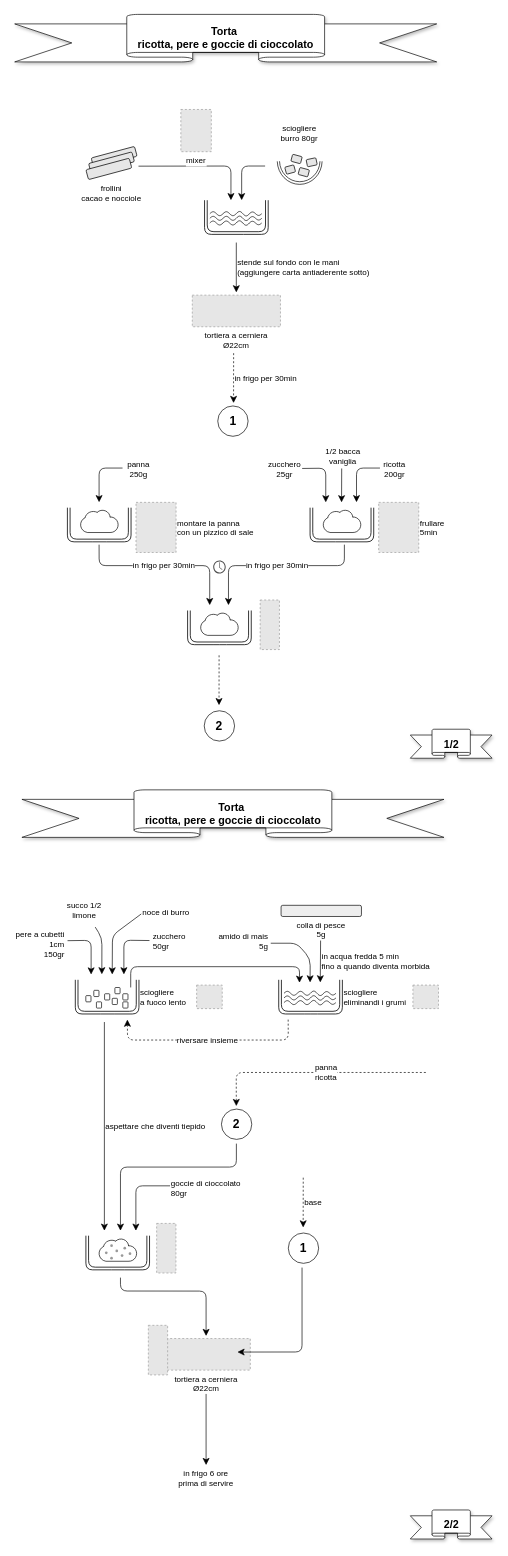
Earlier version of the draw.io diagram torta-ricotta-pere-cioccolato.drawio (nicolgit/drawio-cooking-shapes). Source tidied: cells renumbered, new cells numbered last; positions are measured from the earlier drawing's top-left corner, leaving out a move shared by most shapes. Both pictures are drawn from the tidied source at 67%, with x=0, y=0 at pixel (14, 14). Pictures stored in the file or linked from it are replaced by grey dashed boxes.
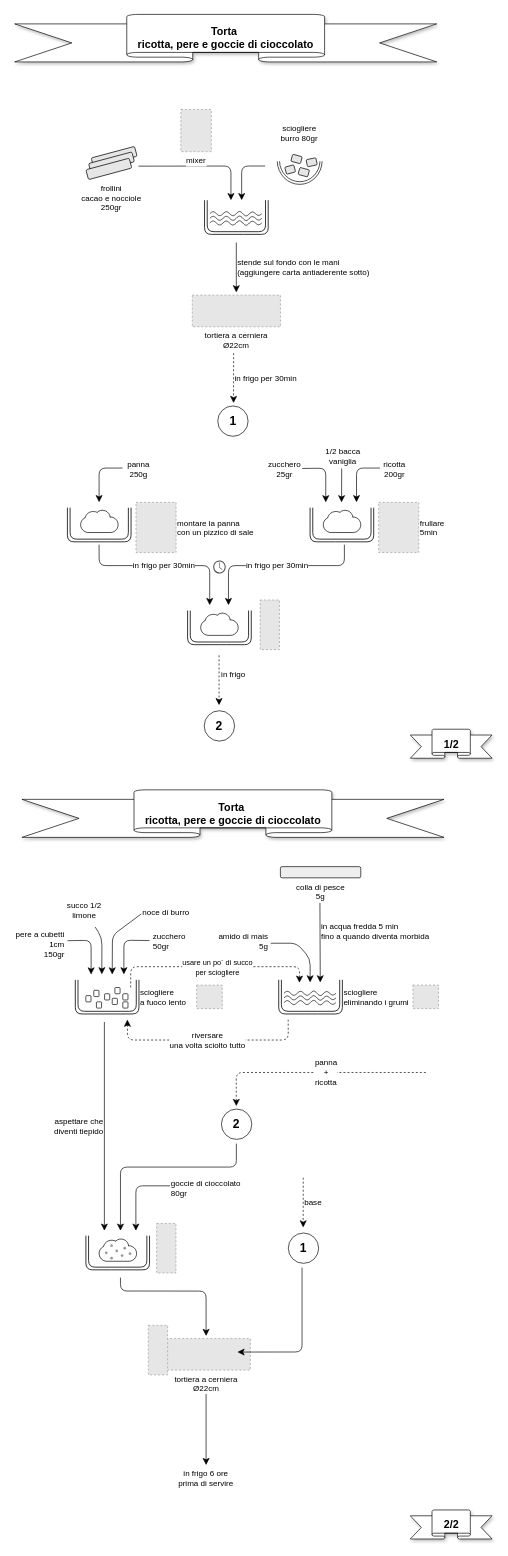
The same page after the edit.

Diff of the diagram source:
```diff
@@
-    <mxCell id="32" value="frollini&#10;cacao e nocciole" style="group;labelPosition=center;verticalLabelPosition=bottom;align=center;verticalAlign=top;" parent="1" vertex="1">
+    <mxCell id="32" value="frollini&#10;cacao e nocciole&#10;250gr" style="group;labelPosition=center;verticalLabelPosition=bottom;align=center;verticalAlign=top;" parent="1" vertex="1">
       <mxGeometry x="106.7" y="197" width="76.4" height="49.6" as="geometry" />
     </mxCell>
@@
     <mxCell id="92" value="colla di pesce&lt;br&gt;5g" style="rounded=1;whiteSpace=wrap;html=1;labelPosition=center;verticalLabelPosition=bottom;align=center;verticalAlign=top;fillColor=#EEEEEE;" parent="1" vertex="1">
-      <mxGeometry x="398" y="1329.7" width="120" height="16.7" as="geometry" />
+      <mxGeometry x="397" y="1272" width="120" height="16.7" as="geometry" />
     </mxCell>
-    <mxCell id="93" value="in acqua fredda 5 min&lt;div&gt;fino a quando diventa morbida&lt;/div&gt;" style="endArrow=classic;html=1;rounded=1;fontSize=12;startSize=8;endSize=8;curved=0;align=left;" parent="1" edge="1">
+    <mxCell id="93" value="in acqua fredda 5 min&lt;div&gt;fino a quando diventa morbida&lt;/div&gt;" style="endArrow=classic;html=1;rounded=1;fontSize=12;startSize=8;endSize=8;curved=0;align=left;labelPosition=right;verticalLabelPosition=top;verticalAlign=bottom;" parent="1" edge="1">
       <mxGeometry relative="1" as="geometry">
-        <mxPoint x="457" y="1382.3" as="sourcePoint" />
+        <mxPoint x="456" y="1326" as="sourcePoint" />
         <mxPoint x="456.5" y="1444.8" as="targetPoint" />
-        <Array as="points">
-          <mxPoint x="456.8" y="1381.8" />
-        </Array>
       </mxGeometry>
     </mxCell>
-    <mxCell id="94" style="endArrow=classic;html=1;rounded=1;fontSize=12;startSize=8;endSize=8;curved=0;" parent="1" edge="1">
+    <mxCell id="94" style="endArrow=classic;html=1;rounded=1;fontSize=12;startSize=8;endSize=8;curved=0;dashed=1;" parent="1" edge="1">
       <mxGeometry relative="1" as="geometry">
         <mxPoint x="173.6" y="1452.3" as="sourcePoint" />
         <mxPoint x="425.5" y="1445.3" as="targetPoint" />
         <Array as="points">
           <mxPoint x="173.6" y="1421.3" />
           <mxPoint x="425.5" y="1421.3" />
         </Array>
       </mxGeometry>
     </mxCell>
+    <mxCell id="171" value="usare un po` di succo&lt;div&gt;per sciogliere&lt;/div&gt;" style="edgeLabel;html=1;align=center;verticalAlign=middle;" parent="94" vertex="1">
+      <mxGeometry x="0.04" y="-1" relative="1" as="geometry" />
+    </mxCell>
@@
-    <mxCell id="97" value="sciogliere &#10;eliminandi i grumi" style="group;align=left;labelPosition=right;verticalLabelPosition=middle;verticalAlign=middle;" parent="1" vertex="1">
+    <mxCell id="97" value="sciogliere &#10;eliminando i grumi" style="group;align=left;labelPosition=right;verticalLabelPosition=middle;verticalAlign=middle;" parent="1" vertex="1">
       <mxGeometry x="394.5" y="1440.9" width="95" height="51" as="geometry" />
     </mxCell>
@@
-    <mxCell id="117" value="riversare insieme" style="endArrow=classic;html=1;rounded=1;fontSize=12;startSize=8;endSize=8;curved=0;dashed=1;" parent="1" edge="1">
+    <mxCell id="117" value="riversare&lt;div&gt;una volta sciolto tutto&lt;/div&gt;" style="endArrow=classic;html=1;rounded=1;fontSize=12;startSize=8;endSize=8;curved=0;dashed=1;" parent="1" edge="1">
       <mxGeometry relative="1" as="geometry">
         <mxPoint x="408.6" y="1500.3" as="sourcePoint" />
         <mxPoint x="168.6" y="1500.3" as="targetPoint" />
         <Array as="points">
           <mxPoint x="408.8" y="1530.8" />
           <mxPoint x="168.8" y="1530.8" />
         </Array>
       </mxGeometry>
     </mxCell>
@@
-    <mxCell id="119" value="aspettare che diventi tiepido" style="endArrow=classic;html=1;rounded=1;fontSize=12;startSize=8;endSize=8;curved=0;labelPosition=right;verticalLabelPosition=middle;align=left;verticalAlign=middle;" parent="1" edge="1">
+    <mxCell id="119" value="aspettare che&lt;div&gt;&lt;span style=&quot;background-color: light-dark(#ffffff, var(--ge-dark-color, #121212)); color: light-dark(rgb(0, 0, 0), rgb(255, 255, 255));&quot;&gt;diventi tiepido&lt;/span&gt;&lt;/div&gt;" style="endArrow=classic;html=1;rounded=1;fontSize=12;startSize=8;endSize=8;curved=0;labelPosition=left;verticalLabelPosition=middle;align=right;verticalAlign=middle;" parent="1" edge="1">
       <mxGeometry relative="1" as="geometry">
         <mxPoint x="134.3" y="1503.9" as="sourcePoint" />
         <mxPoint x="134.3" y="1815.4" as="targetPoint" />
       </mxGeometry>
     </mxCell>
@@
-    <mxCell id="132" style="endArrow=classic;html=1;rounded=1;fontSize=12;startSize=8;endSize=8;curved=0;labelPosition=right;verticalLabelPosition=middle;align=left;verticalAlign=middle;dashed=1;" parent="1" edge="1">
+    <mxCell id="132" style="endArrow=classic;html=1;rounded=1;fontSize=12;startSize=8;endSize=8;curved=0;labelPosition=center;verticalLabelPosition=middle;align=center;verticalAlign=middle;dashed=1;" parent="1" edge="1">
       <mxGeometry relative="1" as="geometry">
         <mxPoint x="305.5" y="956.6" as="sourcePoint" />
         <mxPoint x="305.4" y="1031" as="targetPoint" />
       </mxGeometry>
     </mxCell>
+    <mxCell id="172" value="&lt;span style=&quot;font-size: 12px; text-align: left;&quot;&gt;in frigo&lt;/span&gt;" style="edgeLabel;html=1;align=left;verticalAlign=middle;labelPosition=right;verticalLabelPosition=middle;" parent="132" vertex="1">
+      <mxGeometry x="-0.24" y="2" relative="1" as="geometry" />
+    </mxCell>
@@
-    <mxCell id="138" value="panna&lt;br&gt;ricotta" style="endArrow=classic;html=1;rounded=1;fontSize=12;startSize=8;endSize=8;curved=0;labelPosition=right;verticalLabelPosition=middle;align=left;verticalAlign=middle;dashed=1;" parent="1" edge="1">
+    <mxCell id="138" value="panna&lt;div&gt;&lt;div style=&quot;text-align: center;&quot;&gt;&lt;span style=&quot;background-color: light-dark(#ffffff, var(--ge-dark-color, #121212)); color: light-dark(rgb(0, 0, 0), rgb(255, 255, 255));&quot;&gt;+&lt;/span&gt;&lt;/div&gt;ricotta&lt;/div&gt;" style="endArrow=classic;html=1;rounded=1;fontSize=12;startSize=8;endSize=8;curved=0;labelPosition=right;verticalLabelPosition=middle;align=left;verticalAlign=middle;dashed=1;" parent="1" edge="1">
       <mxGeometry relative="1" as="geometry">
         <mxPoint x="614.1" y="1579.2" as="sourcePoint" />
         <mxPoint x="331.2" y="1629.4" as="targetPoint" />
         <Array as="points">
           <mxPoint x="331.1" y="1579.2" />
         </Array>
       </mxGeometry>
     </mxCell>
```
